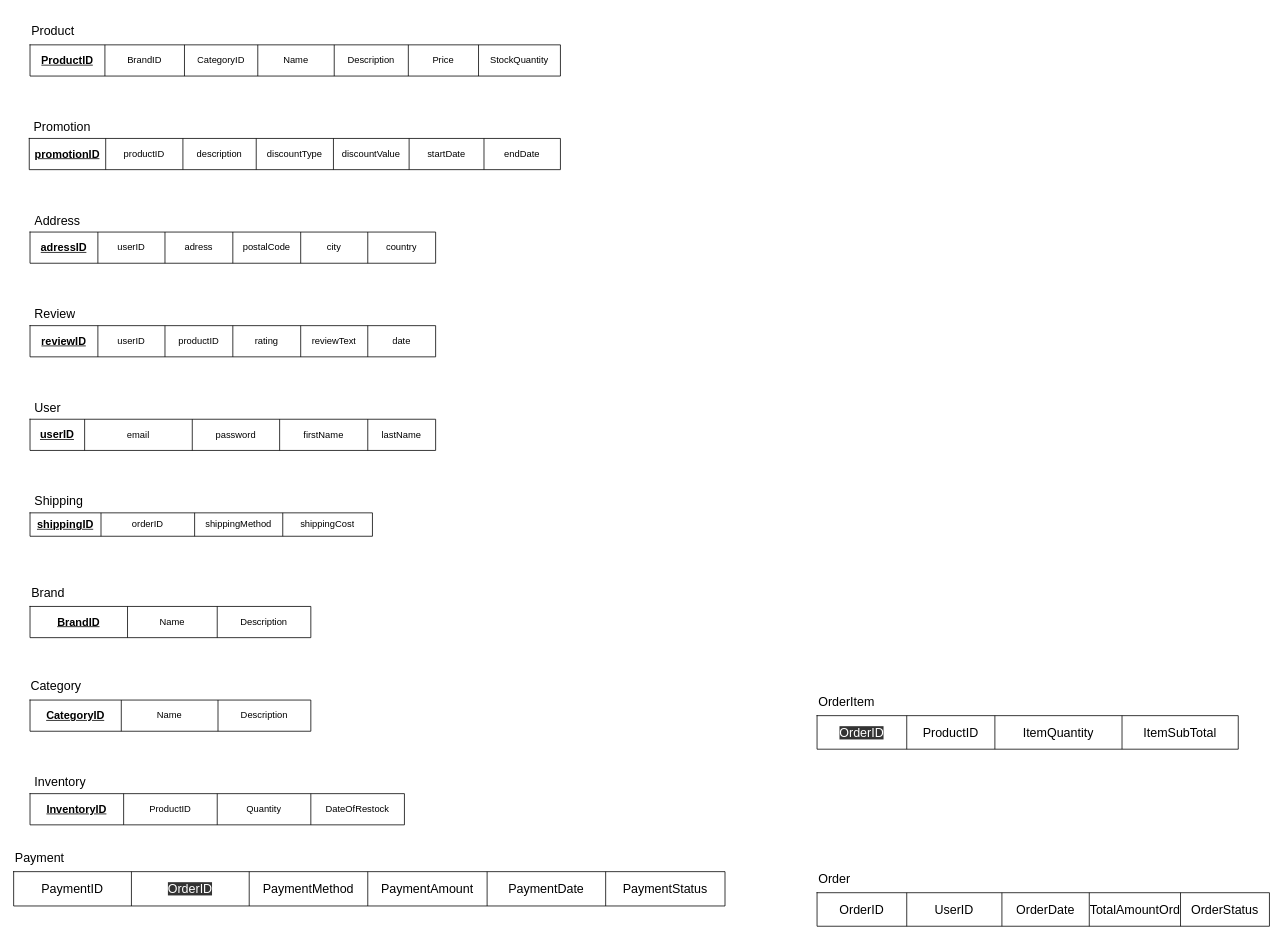
emilkle/electromart-ecom-website keeps this draw.io diagram as page "Relational schema" (6 of 8) of database-models/ER models.drawio. Above is the earlier version. Source tidied: cells renumbered, new cells numbered last; positions are measured from the earlier drawing's top-left corner, leaving out a move shared by most shapes. Both pictures are drawn from the tidied source at 78%, with x=0, y=0 at pixel (13, 13).
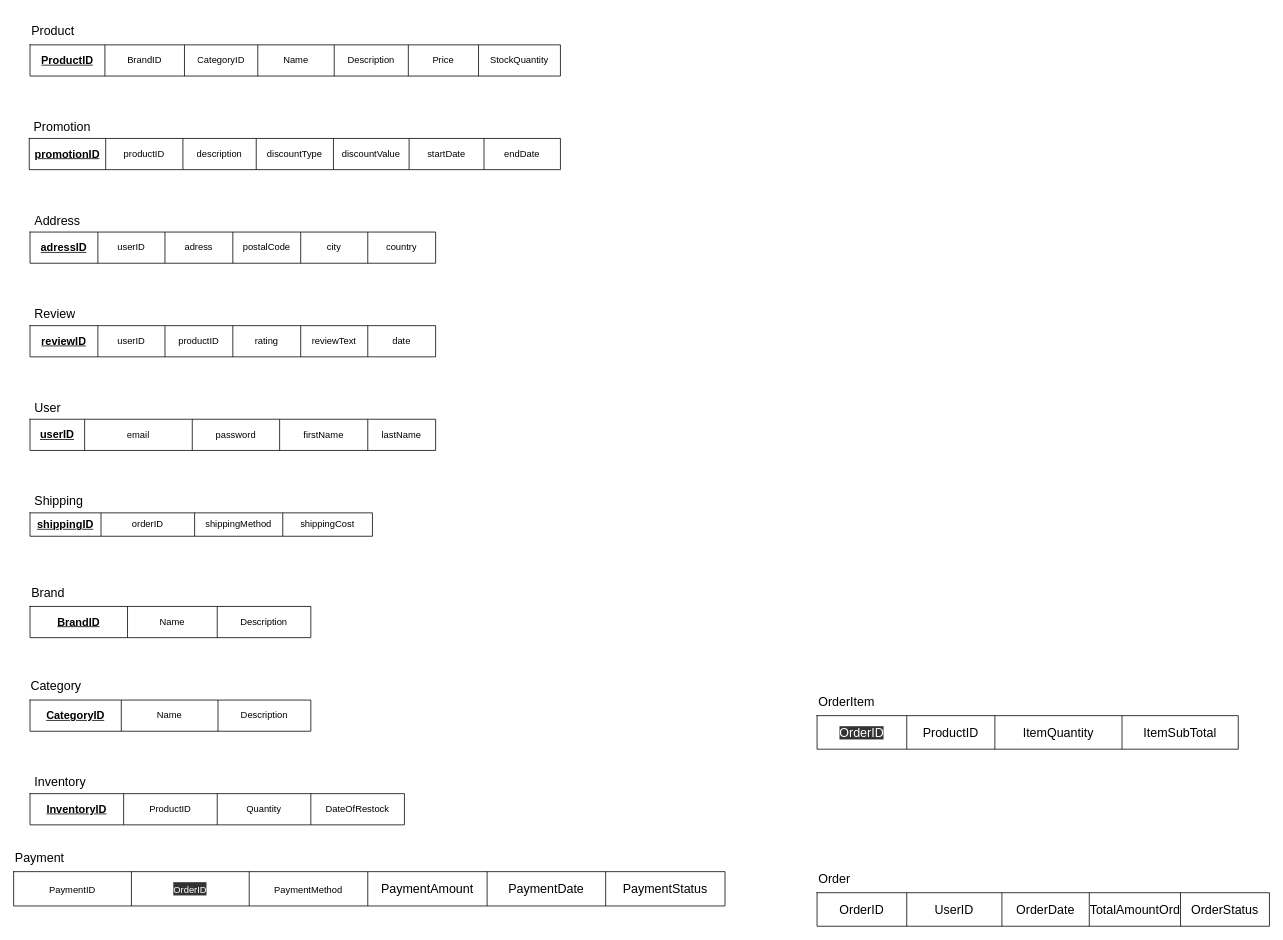
The same diagram, later.

Commit message:
Started on relational schema

Unchanged cells that the change refers to:
```xml
<mxCell id="75" style="shape=tableRow;horizontal=0;startSize=0;swimlaneHead=0;swimlaneBody=0;top=0;left=0;bottom=0;right=0;fillColor=none;fontSize=16;" parent="74" vertex="1">
  <mxGeometry width="912" height="44" as="geometry" />
</mxCell>
```

What changed in the source:
```diff
@@
-    <mxCell id="76" value="PaymentID" style="shape=partialRectangle;html=1;whiteSpace=wrap;fillColor=none;top=0;left=0;bottom=0;right=0;overflow=hidden;fontSize=16;" parent="75" vertex="1">
+    <mxCell id="76" value="&lt;font style=&quot;font-size: 12px;&quot;&gt;PaymentID&lt;/font&gt;" style="shape=partialRectangle;html=1;whiteSpace=wrap;fillColor=none;top=0;left=0;bottom=0;right=0;overflow=hidden;fontSize=16;" parent="75" vertex="1">
       <mxGeometry width="151" height="44" as="geometry" />
     </mxCell>
-    <mxCell id="77" value="&lt;span style=&quot;font-family: Helvetica; font-size: 16px; font-style: normal; font-variant-ligatures: normal; font-variant-caps: normal; font-weight: 400; letter-spacing: normal; orphans: 2; text-align: center; text-indent: 0px; text-transform: none; widows: 2; word-spacing: 0px; -webkit-text-stroke-width: 0px; white-space: normal; text-decoration-thickness: initial; text-decoration-style: initial; text-decoration-color: initial; float: none; background-color: rgb(51, 51, 51); display: inline !important;&quot;&gt;&lt;font color=&quot;#ffffff&quot;&gt;OrderID&lt;/font&gt;&lt;/span&gt;" style="shape=partialRectangle;html=1;whiteSpace=wrap;fillColor=none;top=0;left=0;bottom=0;right=0;overflow=hidden;fontSize=16;" parent="75" vertex="1">
+    <mxCell id="77" value="&lt;span style=&quot;font-family: Helvetica; font-style: normal; font-variant-ligatures: normal; font-variant-caps: normal; font-weight: 400; letter-spacing: normal; orphans: 2; text-align: center; text-indent: 0px; text-transform: none; widows: 2; word-spacing: 0px; -webkit-text-stroke-width: 0px; white-space: normal; text-decoration-thickness: initial; text-decoration-style: initial; text-decoration-color: initial; float: none; background-color: rgb(51, 51, 51); display: inline !important;&quot;&gt;&lt;font style=&quot;font-size: 12px;&quot; color=&quot;#ffffff&quot;&gt;OrderID&lt;/font&gt;&lt;/span&gt;" style="shape=partialRectangle;html=1;whiteSpace=wrap;fillColor=none;top=0;left=0;bottom=0;right=0;overflow=hidden;fontSize=16;" parent="75" vertex="1">
       <mxGeometry x="151" width="151" height="44" as="geometry" />
     </mxCell>
-    <mxCell id="78" value="PaymentMethod" style="shape=partialRectangle;html=1;whiteSpace=wrap;fillColor=none;top=0;left=0;bottom=0;right=0;overflow=hidden;fontSize=16;" parent="75" vertex="1">
+    <mxCell id="78" value="&lt;font style=&quot;font-size: 12px;&quot;&gt;PaymentMethod&lt;/font&gt;" style="shape=partialRectangle;html=1;whiteSpace=wrap;fillColor=none;top=0;left=0;bottom=0;right=0;overflow=hidden;fontSize=16;" parent="75" vertex="1">
       <mxGeometry x="302" width="152" height="44" as="geometry" />
     </mxCell>
```
